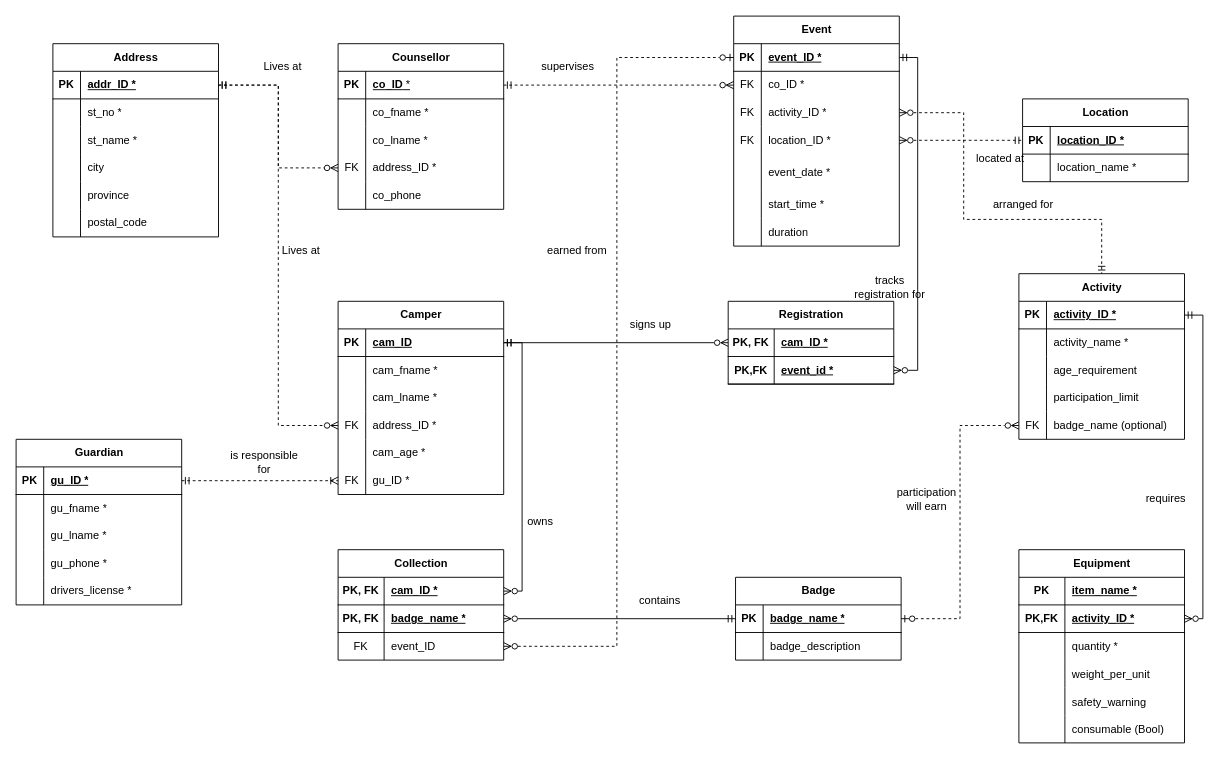
zhrangui/torontomu keeps this draw.io diagram as Camp ERD.drawio. Above is the earlier version. Source tidied: cells renumbered, new cells numbered last; positions are measured from the earlier drawing's top-left corner, leaving out a move shared by most shapes. Both pictures are drawn from the tidied source at 92%, with x=0, y=0 at pixel (16, 16).
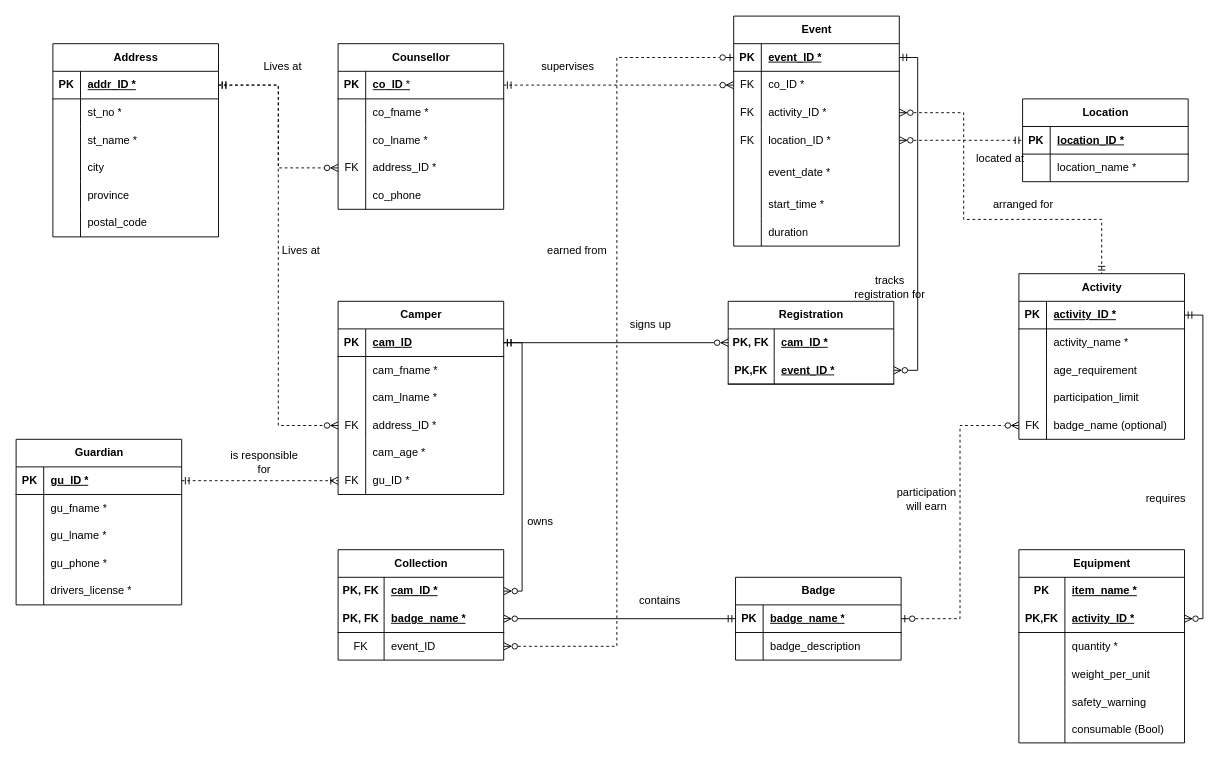
Above is the later version.

Commit message (it also covers changes not shown here):
Refactor SQL scripts for database schema: standardize naming conventions, improve foreign key references, and enhance table definitions for Address, Guardian, Counsellor, Event, and Equipment.

The change refers to these unchanged cells:
```xml
<mxCell id="112" value="Registration" style="shape=table;startSize=30;childLayout=tableLayout;rowLines=0;fontStyle=1;align=center;html=1;" parent="1" vertex="1">
  <mxGeometry x="774" y="310" width="180" height="90" as="geometry" />
</mxCell>
<mxCell id="116" style="shape=tableRow;horizontal=0;startSize=0;swimlaneHead=0;swimlaneBody=0;fillColor=none;points=[[0,0.5],[1,0.5]];portConstraint=eastwest;top=0;left=0;right=0;bottom=1;" parent="112" vertex="1">
  <mxGeometry y="60" width="180" height="30" as="geometry" />
</mxCell>
<mxCell id="119" value="Badge" style="shape=table;startSize=30;childLayout=tableLayout;rowLines=0;fontStyle=1;align=center;html=1;" parent="1" vertex="1">
  <mxGeometry x="782" y="610" width="180" height="90" as="geometry" />
</mxCell>
<mxCell id="127" value="Equipment" style="shape=table;startSize=30;childLayout=tableLayout;rowLines=0;fontStyle=1;align=center;html=1;" parent="1" vertex="1">
  <mxGeometry x="1090" y="580" width="180" height="210" as="geometry" />
</mxCell>
```

What changed in the source:
```diff
@@
-    <mxCell id="113" style="shape=tableRow;horizontal=0;startSize=0;swimlaneHead=0;swimlaneBody=0;fillColor=none;points=[[0,0.5],[1,0.5]];portConstraint=eastwest;top=0;left=0;right=0;bottom=1;" parent="112" vertex="1">
+    <mxCell id="113" style="shape=tableRow;horizontal=0;startSize=0;swimlaneHead=0;swimlaneBody=0;fillColor=none;points=[[0,0.5],[1,0.5]];portConstraint=eastwest;top=0;left=0;right=0;bottom=0;swimlaneLine=1;" parent="112" vertex="1">
       <mxGeometry y="30" width="180" height="30" as="geometry" />
     </mxCell>
@@
-    <mxCell id="118" value="event_id *" style="shape=partialRectangle;fillColor=none;top=0;left=0;bottom=0;right=0;align=left;spacingLeft=6;fontStyle=5;overflow=hidden;whiteSpace=wrap;html=1;" parent="116" vertex="1">
+    <mxCell id="118" value="event_ID *" style="shape=partialRectangle;fillColor=none;top=0;left=0;bottom=0;right=0;align=left;spacingLeft=6;fontStyle=5;overflow=hidden;whiteSpace=wrap;html=1;" parent="116" vertex="1">
       <mxGeometry x="50" width="130" height="30" as="geometry" />
     </mxCell>
@@
-    <mxCell id="120" style="shape=tableRow;horizontal=0;startSize=0;swimlaneHead=0;swimlaneBody=0;fillColor=none;points=[[0,0.5],[1,0.5]];portConstraint=eastwest;top=0;left=0;right=0;bottom=1;" parent="119" vertex="1">
+    <mxCell id="120" style="shape=tableRow;horizontal=0;startSize=0;swimlaneHead=0;swimlaneBody=0;fillColor=none;points=[[0,0.5],[1,0.5]];portConstraint=eastwest;top=0;left=0;right=0;bottom=1;swimlaneLine=1;" parent="119" vertex="1">
       <mxGeometry y="30" width="180" height="30" as="geometry" />
     </mxCell>
@@
-    <mxCell id="128" style="shape=tableRow;horizontal=0;startSize=0;swimlaneHead=0;swimlaneBody=0;fillColor=none;top=0;left=0;right=0;bottom=1;" parent="127" vertex="1">
-      <mxGeometry y="30" width="180" height="30" as="geometry" />
-    </mxCell>
+    <mxCell id="186" style="shape=tableRow;horizontal=0;startSize=0;swimlaneHead=0;swimlaneBody=0;fillColor=none;top=0;left=0;right=0;bottom=0;" parent="127" vertex="1">
+      <mxGeometry y="30" width="180" height="30" as="geometry" />
+    </mxCell>
-    <mxCell id="129" value="PK" style="shape=partialRectangle;fillColor=none;top=0;left=0;bottom=0;right=0;fontStyle=1;overflow=hidden;whiteSpace=wrap;html=1;" parent="128" vertex="1">
+    <mxCell id="129" value="PK" style="shape=partialRectangle;fillColor=none;top=0;left=0;bottom=0;right=0;fontStyle=1;overflow=hidden;whiteSpace=wrap;html=1;" parent="186" vertex="1">
       <mxGeometry width="50" height="30" as="geometry" />
     </mxCell>
-    <mxCell id="130" value="item_name *" style="shape=partialRectangle;fillColor=none;top=0;left=0;bottom=0;right=0;align=left;spacingLeft=6;fontStyle=5;overflow=hidden;whiteSpace=wrap;html=1;" parent="128" vertex="1">
+    <mxCell id="130" value="item_name *" style="shape=partialRectangle;fillColor=none;top=0;left=0;bottom=0;right=0;align=left;spacingLeft=6;fontStyle=5;overflow=hidden;whiteSpace=wrap;html=1;" parent="186" vertex="1">
       <mxGeometry x="50" width="130" height="30" as="geometry" />
     </mxCell>
-    <mxCell id="131" style="shape=tableRow;horizontal=0;startSize=0;swimlaneHead=0;swimlaneBody=0;fillColor=none;points=[[0,0.5],[1,0.5]];portConstraint=eastwest;top=0;left=0;right=0;bottom=1;" parent="127" vertex="1">
+    <mxCell id="131" style="shape=tableRow;horizontal=0;startSize=0;swimlaneHead=0;swimlaneBody=0;fillColor=none;points=[[0,0.5],[1,0.5]];portConstraint=eastwest;top=0;left=0;right=0;bottom=1;swimlaneLine=0;" parent="127" vertex="1">
       <mxGeometry y="60" width="180" height="30" as="geometry" />
     </mxCell>
@@
-    <mxCell id="157" value="Collection" style="shape=table;startSize=30;childLayout=tableLayout;rowLines=0;fontStyle=1;align=center;html=1;" parent="1" vertex="1">
+    <mxCell id="157" value="Collection" style="shape=table;startSize=30;childLayout=tableLayout;rowLines=0;fontStyle=1;align=center;html=1;swimlaneLine=1;" parent="1" vertex="1">
       <mxGeometry x="350" y="580" width="180" height="120" as="geometry" />
     </mxCell>
-    <mxCell id="158" style="shape=tableRow;horizontal=0;startSize=0;swimlaneHead=0;swimlaneBody=0;fillColor=none;points=[[0,0.5],[1,0.5]];portConstraint=eastwest;top=0;left=0;right=0;bottom=1;" parent="157" vertex="1">
+    <mxCell id="158" style="shape=tableRow;horizontal=0;startSize=0;swimlaneHead=0;swimlaneBody=0;fillColor=none;points=[[0,0.5],[1,0.5]];portConstraint=eastwest;top=0;left=0;right=0;bottom=0;" parent="157" vertex="1">
       <mxGeometry y="30" width="180" height="30" as="geometry" />
     </mxCell>
@@
-    <mxCell id="161" style="shape=tableRow;horizontal=0;startSize=0;swimlaneHead=0;swimlaneBody=0;fillColor=none;points=[[0,0.5],[1,0.5]];portConstraint=eastwest;top=0;left=0;right=0;bottom=1;" parent="157" vertex="1">
+    <mxCell id="161" style="shape=tableRow;horizontal=0;startSize=0;swimlaneHead=0;swimlaneBody=0;fillColor=none;points=[[0,0.5],[1,0.5]];portConstraint=eastwest;top=0;left=0;right=0;bottom=1;swimlaneLine=1;" parent="157" vertex="1">
       <mxGeometry y="60" width="180" height="30" as="geometry" />
     </mxCell>
```
